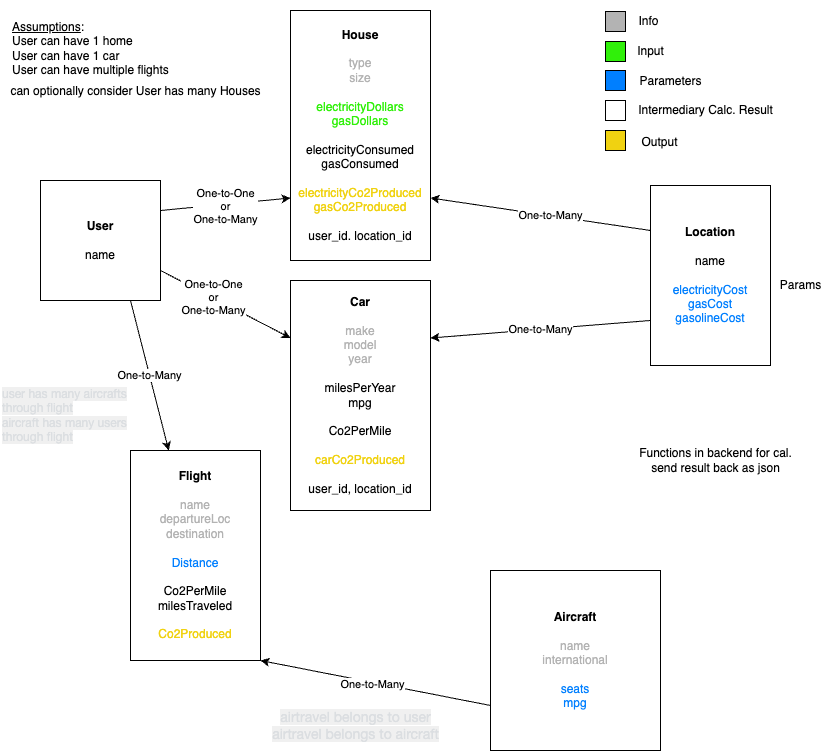
Above: assets/concept.png in oki99doki/CO2day (draw.io), before the change. Source tidied: cells renumbered, new cells last; positions are measured from the earlier drawing's top-left corner, leaving out a move shared by most shapes.
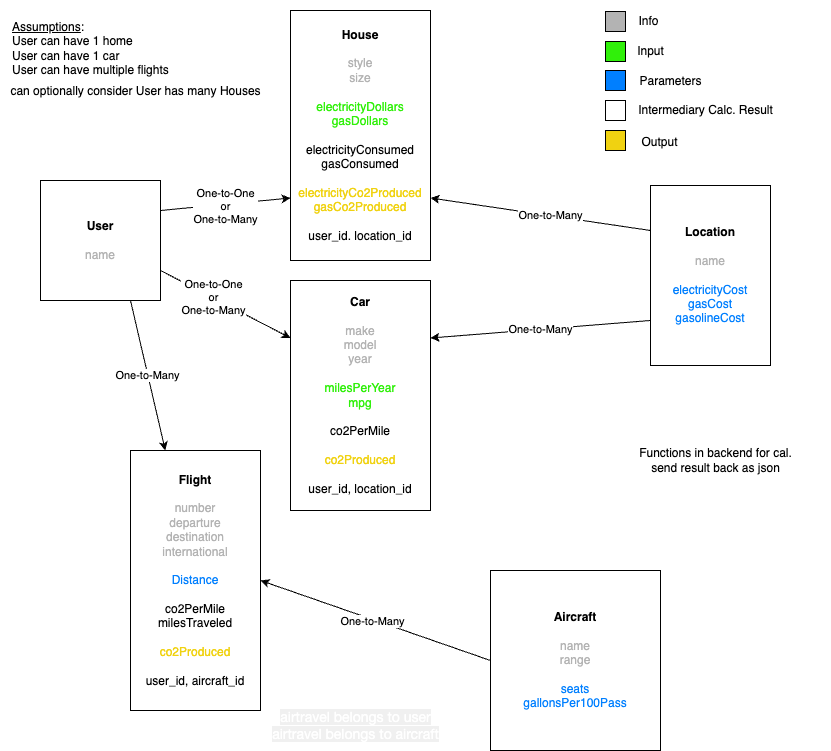
The same diagram one commit later.

Change to the diagram source:
```diff
@@ -20,17 +20,17 @@
     <mxCell id="7" value="One-to-One&lt;br&gt;or&lt;br&gt;One-to-Many" style="edgeLabel;html=1;align=center;verticalAlign=middle;" parent="6" vertex="1">
       <mxGeometry x="-0.19" y="1" relative="1" as="geometry" />
     </mxCell>
-    <mxCell id="8" value="&lt;b&gt;User&lt;/b&gt;&lt;br&gt;&lt;br&gt;name" style="rounded=0;whiteSpace=wrap;html=1;" parent="1" vertex="1">
+    <mxCell id="8" value="&lt;b&gt;User&lt;/b&gt;&lt;br&gt;&lt;br&gt;&lt;font color=&quot;#b3b3b3&quot;&gt;name&lt;/font&gt;" style="rounded=0;whiteSpace=wrap;html=1;" parent="1" vertex="1">
       <mxGeometry x="40" y="180" width="120" height="120" as="geometry" />
     </mxCell>
-    <mxCell id="9" value="&lt;b&gt;House&lt;/b&gt;&lt;br&gt;&lt;br&gt;&lt;font color=&quot;#b3b3b3&quot;&gt;type&lt;br&gt;size&lt;/font&gt;&lt;br&gt;&lt;br&gt;&lt;font color=&quot;#30f00a&quot;&gt;electricityDollars&lt;br&gt;gasDollars&lt;br&gt;&lt;/font&gt;&lt;br&gt;electricityConsumed&lt;br&gt;gasConsumed&lt;br&gt;&lt;br&gt;&lt;font color=&quot;#f0d211&quot;&gt;electricityCo2Produced&lt;br&gt;gasCo2Produced&lt;br&gt;&lt;/font&gt;&lt;br&gt;user_id. location_id" style="rounded=0;whiteSpace=wrap;html=1;" parent="1" vertex="1">
+    <mxCell id="9" value="&lt;b&gt;House&lt;/b&gt;&lt;br&gt;&lt;br&gt;&lt;font color=&quot;#b3b3b3&quot;&gt;style&lt;br&gt;size&lt;/font&gt;&lt;br&gt;&lt;br&gt;&lt;font color=&quot;#30f00a&quot;&gt;electricityDollars&lt;br&gt;gasDollars&lt;br&gt;&lt;/font&gt;&lt;br&gt;electricityConsumed&lt;br&gt;gasConsumed&lt;br&gt;&lt;br&gt;&lt;font color=&quot;#f0d211&quot;&gt;electricityCo2Produced&lt;br&gt;gasCo2Produced&lt;br&gt;&lt;/font&gt;&lt;br&gt;user_id. location_id" style="rounded=0;whiteSpace=wrap;html=1;" parent="1" vertex="1">
       <mxGeometry x="290" y="10" width="140" height="250" as="geometry" />
     </mxCell>
     <mxCell id="10" value="&lt;u&gt;Assumptions&lt;/u&gt;:&lt;br&gt;User can have 1 home&lt;br&gt;User can have 1 car&lt;br&gt;User can have multiple flights" style="text;html=1;align=left;verticalAlign=center;strokeColor=none;fillColor=none;" parent="1" vertex="1">
       <mxGeometry x="10" y="6" width="180" height="70" as="geometry" />
     </mxCell>
-    <mxCell id="11" value="&lt;b&gt;Flight&lt;/b&gt;&lt;br&gt;&lt;br&gt;&lt;font color=&quot;#b3b3b3&quot;&gt;name&lt;br&gt;departureLoc&lt;br&gt;destination&lt;/font&gt;&lt;br&gt;&lt;br&gt;&lt;font color=&quot;#007fff&quot;&gt;Distance&lt;/font&gt;&lt;br&gt;&lt;br&gt;Co2PerMile&lt;br&gt;milesTraveled&lt;br&gt;&lt;br&gt;&lt;font color=&quot;#f0d211&quot;&gt;Co2Produced&lt;/font&gt;" style="rounded=0;whiteSpace=wrap;html=1;" parent="1" vertex="1">
-      <mxGeometry x="130" y="450" width="130" height="210" as="geometry" />
+    <mxCell id="11" value="&lt;b&gt;Flight&lt;/b&gt;&lt;br&gt;&lt;br&gt;&lt;font color=&quot;#b3b3b3&quot;&gt;number&lt;br&gt;departure&lt;br&gt;destination&lt;br&gt;international&lt;/font&gt;&lt;br&gt;&lt;br&gt;&lt;font color=&quot;#007fff&quot;&gt;Distance&lt;/font&gt;&lt;br&gt;&lt;br&gt;co2PerMile&lt;br&gt;milesTraveled&lt;br&gt;&lt;br&gt;&lt;font color=&quot;#f0d211&quot;&gt;co2Produced&lt;br&gt;&lt;br&gt;&lt;/font&gt;user_id, aircraft_id&lt;font color=&quot;#f0d211&quot;&gt;&lt;br&gt;&lt;/font&gt;" style="rounded=0;whiteSpace=wrap;html=1;" parent="1" vertex="1">
+      <mxGeometry x="130" y="450" width="130" height="260" as="geometry" />
     </mxCell>
     <mxCell id="12" value="Functions in backend for cal.&lt;br&gt;send result back as json&lt;br&gt;" style="text;html=1;align=center;verticalAlign=middle;strokeColor=none;fillColor=none;" parent="1" vertex="1">
       <mxGeometry x="625" y="440" width="180" height="40" as="geometry" />
@@ -38,7 +38,7 @@
     <mxCell id="13" value="Info" style="text;html=1;align=center;verticalAlign=middle;strokeColor=none;fillColor=none;" parent="1" vertex="1">
       <mxGeometry x="345" y="410" width="40" height="30" as="geometry" />
     </mxCell>
-    <mxCell id="14" value="&lt;b&gt;Car&lt;/b&gt;&lt;br&gt;&lt;br&gt;&lt;font color=&quot;#b3b3b3&quot;&gt;make&lt;br&gt;model&lt;br&gt;year&lt;/font&gt;&lt;br&gt;&lt;br&gt;milesPerYear&lt;br&gt;mpg&lt;br&gt;&lt;br&gt;Co2PerMile&lt;br&gt;&lt;br&gt;&lt;font color=&quot;#f0d211&quot;&gt;carCo2Produced&lt;/font&gt;&lt;br&gt;&lt;br&gt;user_id, location_id" style="rounded=0;whiteSpace=wrap;html=1;" parent="1" vertex="1">
+    <mxCell id="14" value="&lt;b&gt;Car&lt;/b&gt;&lt;br&gt;&lt;br&gt;&lt;font color=&quot;#b3b3b3&quot;&gt;make&lt;br&gt;model&lt;br&gt;year&lt;/font&gt;&lt;br&gt;&lt;br&gt;&lt;font color=&quot;#30f00a&quot;&gt;milesPerYear&lt;br&gt;mpg&lt;/font&gt;&lt;br&gt;&lt;br&gt;co2PerMile&lt;br&gt;&lt;br&gt;&lt;font color=&quot;#f0d211&quot;&gt;co2Produced&lt;/font&gt;&lt;br&gt;&lt;br&gt;user_id, location_id" style="rounded=0;whiteSpace=wrap;html=1;" parent="1" vertex="1">
       <mxGeometry x="290" y="280" width="140" height="230" as="geometry" />
     </mxCell>
     <mxCell id="15" style="edgeStyle=none;html=1;exitX=0;exitY=0.25;exitDx=0;exitDy=0;entryX=1;entryY=0.75;entryDx=0;entryDy=0;" parent="1" edge="1" source="18" target="9">
@@ -50,19 +50,16 @@
     <mxCell id="17" value="One-to-Many" style="edgeStyle=none;html=1;exitX=0;exitY=0.75;exitDx=0;exitDy=0;entryX=1;entryY=0.25;entryDx=0;entryDy=0;" parent="1" edge="1" source="18" target="14">
       <mxGeometry relative="1" as="geometry" />
     </mxCell>
-    <mxCell id="18" value="&lt;b&gt;Location&lt;/b&gt;&lt;br&gt;&lt;br&gt;name&lt;br&gt;&lt;br&gt;&lt;font color=&quot;#007fff&quot;&gt;electricityCost&lt;br&gt;gasCost&lt;br&gt;gasolineCost&lt;/font&gt;" style="rounded=0;whiteSpace=wrap;html=1;" parent="1" vertex="1">
+    <mxCell id="18" value="&lt;b&gt;Location&lt;/b&gt;&lt;br&gt;&lt;br&gt;&lt;font color=&quot;#b3b3b3&quot;&gt;name&lt;/font&gt;&lt;br&gt;&lt;br&gt;&lt;font color=&quot;#007fff&quot;&gt;electricityCost&lt;br&gt;gasCost&lt;br&gt;gasolineCost&lt;/font&gt;" style="rounded=0;whiteSpace=wrap;html=1;" parent="1" vertex="1">
       <mxGeometry x="650" y="185" width="120" height="180" as="geometry" />
     </mxCell>
-    <mxCell id="19" value="Params" style="text;html=1;align=center;verticalAlign=middle;strokeColor=none;fillColor=none;" parent="1" vertex="1">
-      <mxGeometry x="770" y="270" width="60" height="30" as="geometry" />
-    </mxCell>
-    <mxCell id="20" style="edgeStyle=none;html=1;exitX=0;exitY=0.75;exitDx=0;exitDy=0;entryX=1;entryY=1;entryDx=0;entryDy=0;" parent="1" edge="1" source="22" target="11">
+    <mxCell id="20" style="edgeStyle=none;html=1;exitX=0;exitY=0.5;exitDx=0;exitDy=0;entryX=1;entryY=0.5;entryDx=0;entryDy=0;" parent="1" edge="1" source="22" target="11">
       <mxGeometry relative="1" as="geometry" />
     </mxCell>
     <mxCell id="21" value="One-to-Many" style="edgeLabel;html=1;align=center;verticalAlign=middle;" parent="20" vertex="1">
       <mxGeometry x="0.02" y="2" relative="1" as="geometry" />
     </mxCell>
-    <mxCell id="22" value="&lt;b&gt;Aircraft&lt;/b&gt;&lt;br&gt;&lt;br&gt;&lt;font color=&quot;#b3b3b3&quot;&gt;name&lt;br&gt;international&lt;/font&gt;&lt;br&gt;&lt;br&gt;&lt;font color=&quot;#007fff&quot;&gt;seats&lt;br&gt;mpg&lt;/font&gt;" style="whiteSpace=wrap;html=1;" parent="1" vertex="1">
+    <mxCell id="22" value="&lt;b&gt;Aircraft&lt;/b&gt;&lt;br&gt;&lt;br&gt;&lt;font color=&quot;#b3b3b3&quot;&gt;name&lt;br&gt;range&lt;/font&gt;&lt;br&gt;&lt;br&gt;&lt;font color=&quot;#007fff&quot;&gt;seats&lt;br&gt;gallonsPer100Pass&lt;br&gt;&lt;/font&gt;" style="whiteSpace=wrap;html=1;" parent="1" vertex="1">
       <mxGeometry x="490" y="570" width="170" height="180" as="geometry" />
     </mxCell>
     <mxCell id="23" value="Parameters" style="text;html=1;align=center;verticalAlign=middle;strokeColor=none;fillColor=none;" parent="1" vertex="1">
@@ -71,10 +68,10 @@
     <mxCell id="24" value="Info" style="text;html=1;align=center;verticalAlign=middle;strokeColor=none;fillColor=none;" parent="1" vertex="1">
       <mxGeometry x="628" y="6" width="40" height="30" as="geometry" />
     </mxCell>
-    <mxCell id="25" value="&lt;span style=&quot;color: oklab(0.899401 -0.00192499 -0.00481987); font-family: &amp;quot;gg sans&amp;quot;, &amp;quot;Noto Sans&amp;quot;, &amp;quot;Helvetica Neue&amp;quot;, Helvetica, Arial, sans-serif, &amp;quot;Apple Symbols&amp;quot;; font-style: normal; font-variant-ligatures: normal; font-variant-caps: normal; font-weight: 400; letter-spacing: normal; orphans: 2; text-align: left; text-indent: 0px; text-transform: none; widows: 2; word-spacing: 0px; -webkit-text-stroke-width: 0px; background-color: oklab(0.0852327 0.00000386313 0.00000170618 / 0.06); text-decoration-thickness: initial; text-decoration-style: initial; text-decoration-color: initial; float: none; display: inline !important;&quot;&gt;&lt;font style=&quot;font-size: 12px;&quot;&gt;user has many aircrafts through flight&lt;br&gt;aircraft has many users through flight&lt;/font&gt;&lt;/span&gt;" style="text;whiteSpace=wrap;html=1;" parent="1" vertex="1">
+    <mxCell id="25" value="&lt;span style=&quot;font-family: &amp;quot;gg sans&amp;quot;, &amp;quot;Noto Sans&amp;quot;, &amp;quot;Helvetica Neue&amp;quot;, Helvetica, Arial, sans-serif, &amp;quot;Apple Symbols&amp;quot;; font-style: normal; font-variant-ligatures: normal; font-variant-caps: normal; font-weight: 400; letter-spacing: normal; orphans: 2; text-align: left; text-indent: 0px; text-transform: none; widows: 2; word-spacing: 0px; -webkit-text-stroke-width: 0px; text-decoration-thickness: initial; text-decoration-style: initial; text-decoration-color: initial; float: none; display: inline !important;&quot;&gt;&lt;font color=&quot;#ffffff&quot; style=&quot;font-size: 12px;&quot;&gt;user has many aircrafts through flight&lt;br&gt;aircraft has many users through flight&lt;/font&gt;&lt;/span&gt;" style="text;whiteSpace=wrap;html=1;" parent="1" vertex="1">
       <mxGeometry y="380" width="140" height="60" as="geometry" />
     </mxCell>
-    <mxCell id="26" value="&lt;span style=&quot;color: oklab(0.899401 -0.00192499 -0.00481987); font-family: &amp;quot;gg sans&amp;quot;, &amp;quot;Noto Sans&amp;quot;, &amp;quot;Helvetica Neue&amp;quot;, Helvetica, Arial, sans-serif, &amp;quot;Apple Symbols&amp;quot;; text-align: left; background-color: oklab(0.0852327 0.00000386313 0.00000170618 / 0.06);&quot;&gt;&lt;font style=&quot;font-size: 14px;&quot;&gt;airtravel belongs to user&lt;br/&gt;airtravel belongs to aircraft&lt;/font&gt;&lt;/span&gt;" style="text;html=1;align=center;verticalAlign=middle;strokeColor=none;fillColor=none;fontSize=14;" parent="1" vertex="1">
+    <mxCell id="26" value="&lt;span style=&quot;font-family: &amp;quot;gg sans&amp;quot;, &amp;quot;Noto Sans&amp;quot;, &amp;quot;Helvetica Neue&amp;quot;, Helvetica, Arial, sans-serif, &amp;quot;Apple Symbols&amp;quot;; text-align: left; background-color: oklab(0.0852327 0.00000386313 0.00000170618 / 0.06);&quot;&gt;&lt;font color=&quot;#ffffff&quot; style=&quot;font-size: 14px;&quot;&gt;airtravel belongs to user&lt;br&gt;airtravel belongs to aircraft&lt;/font&gt;&lt;/span&gt;" style="text;html=1;align=center;verticalAlign=middle;strokeColor=none;fillColor=none;fontSize=14;" parent="1" vertex="1">
       <mxGeometry x="260" y="700" width="190" height="50" as="geometry" />
     </mxCell>
     <mxCell id="27" value="can optionally consider User has many Houses" style="text;html=1;align=center;verticalAlign=middle;strokeColor=none;fillColor=none;" parent="1" vertex="1">
```
